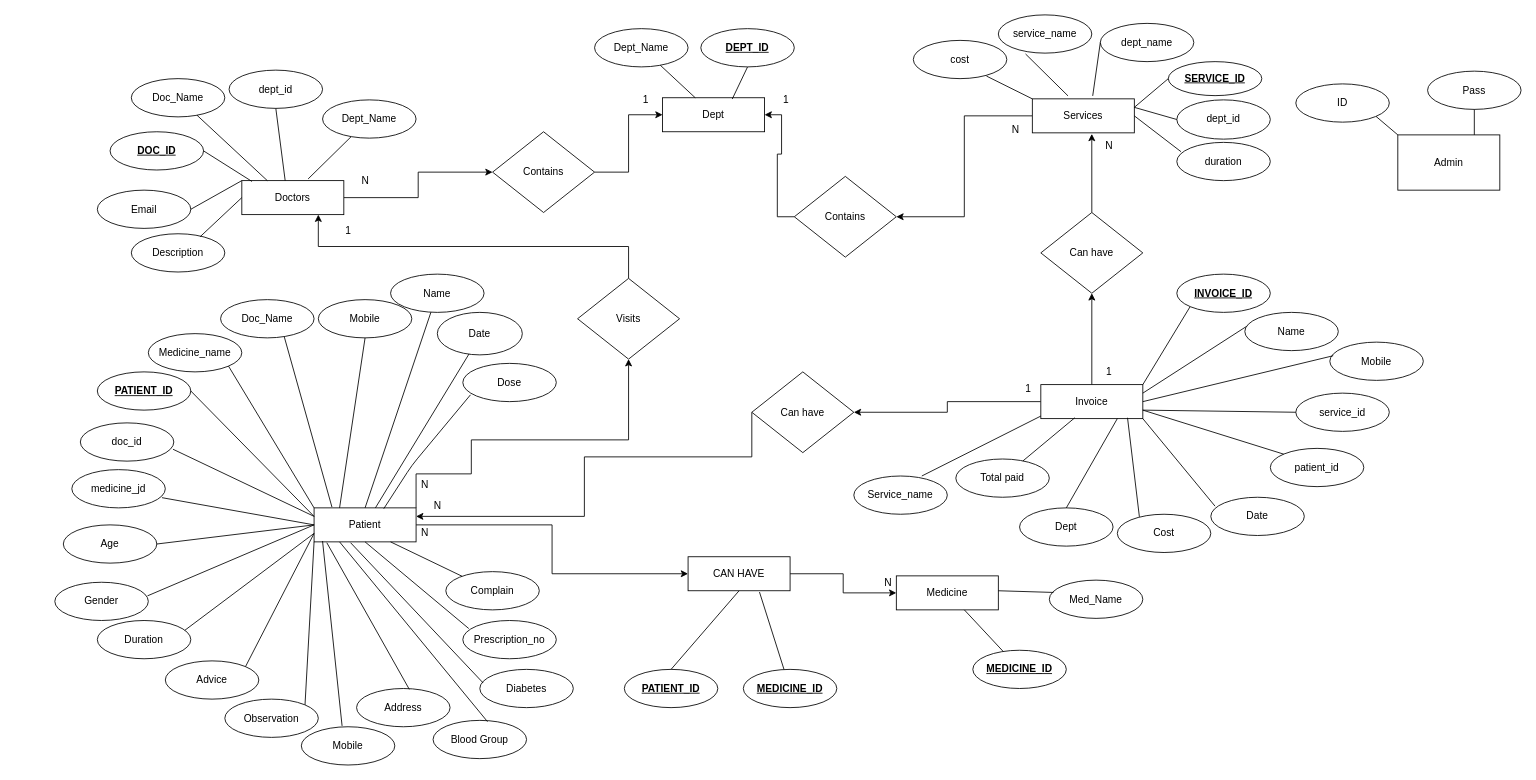
Above: clinic_management_ERD.drawio in RashikRahman/clinic_management (draw.io), before the change. Source tidied: cells renumbered, new cells numbered last; positions are measured from the earlier drawing's top-left corner, leaving out a move shared by most shapes. Both pictures are drawn from the tidied source at 85%, with x=0, y=0 at pixel (20, 14).
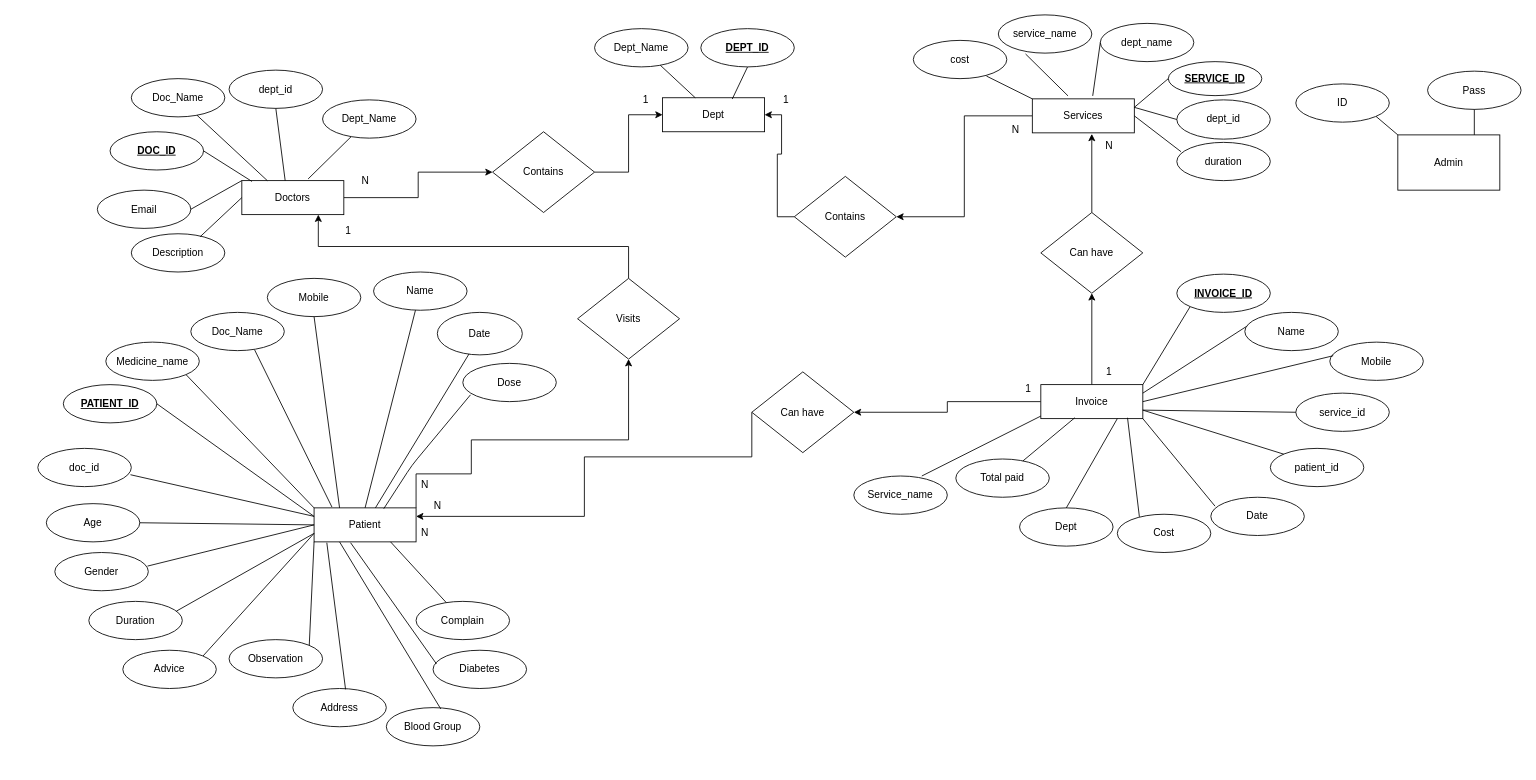
Above is the later version.

The change refers to these unchanged cells:
```xml
<mxCell id="23" value="Patient" style="rounded=0;whiteSpace=wrap;html=1;gradientColor=none;fontStyle=0;labelBackgroundColor=none;labelBorderColor=none;" parent="1" vertex="1">
  <mxGeometry x="345" y="580" width="120" height="40" as="geometry" />
</mxCell>
```

Diff of the diagram source:
```diff
@@
     <mxCell id="13" value="Mobile" style="ellipse;whiteSpace=wrap;html=1;labelBackgroundColor=none;gradientColor=none;fontStyle=0;" parent="1" vertex="1">
-      <mxGeometry x="350" y="335" width="110" height="45" as="geometry" />
+      <mxGeometry x="290" y="310" width="110" height="45" as="geometry" />
     </mxCell>
@@
-    <mxCell id="22" style="edgeStyle=orthogonalEdgeStyle;rounded=0;jettySize=auto;html=1;exitX=1;exitY=0.5;exitDx=0;exitDy=0;entryX=0;entryY=0.5;entryDx=0;entryDy=0;" parent="1" edge="1" source="23" target="91">
-      <mxGeometry relative="1" as="geometry" />
-    </mxCell>
@@
     <mxCell id="24" value="Age" style="ellipse;whiteSpace=wrap;html=1;labelBackgroundColor=none;gradientColor=none;" parent="1" vertex="1">
-      <mxGeometry x="50" y="600" width="110" height="45" as="geometry" />
+      <mxGeometry x="30" y="575" width="110" height="45" as="geometry" />
     </mxCell>
     <mxCell id="25" value="Gender" style="ellipse;whiteSpace=wrap;html=1;labelBackgroundColor=none;gradientColor=none;" parent="1" vertex="1">
-      <mxGeometry x="40" y="667.5" width="110" height="45" as="geometry" />
+      <mxGeometry x="40" y="632.5" width="110" height="45" as="geometry" />
     </mxCell>
-    <mxCell id="26" value="Mobile" style="ellipse;whiteSpace=wrap;html=1;labelBackgroundColor=none;gradientColor=none;" parent="1" vertex="1">
-      <mxGeometry x="330" y="837.5" width="110" height="45" as="geometry" />
-    </mxCell>
     <mxCell id="27" value="Address" style="ellipse;whiteSpace=wrap;html=1;labelBackgroundColor=none;gradientColor=none;" parent="1" vertex="1">
-      <mxGeometry x="395" y="792.5" width="110" height="45" as="geometry" />
+      <mxGeometry x="320" y="792.5" width="110" height="45" as="geometry" />
     </mxCell>
     <mxCell id="28" value="Medicine_name" style="ellipse;whiteSpace=wrap;html=1;labelBackgroundColor=none;gradientColor=none;" parent="1" vertex="1">
-      <mxGeometry x="150" y="375" width="110" height="45" as="geometry" />
+      <mxGeometry x="100" y="385" width="110" height="45" as="geometry" />
     </mxCell>
     <mxCell id="29" value="Doc_Name" style="ellipse;whiteSpace=wrap;html=1;labelBackgroundColor=none;gradientColor=none;" parent="1" vertex="1">
-      <mxGeometry x="235" y="335" width="110" height="45" as="geometry" />
+      <mxGeometry x="200" y="350" width="110" height="45" as="geometry" />
     </mxCell>
     <mxCell id="30" value="&lt;div style=&quot;text-align: left&quot;&gt;&lt;span&gt;&lt;span&gt;Name&lt;/span&gt;&lt;/span&gt;&lt;/div&gt;" style="ellipse;whiteSpace=wrap;html=1;labelBackgroundColor=none;gradientColor=none;fontStyle=0;" parent="1" vertex="1">
-      <mxGeometry x="435" y="305" width="110" height="45" as="geometry" />
+      <mxGeometry x="415" y="302.5" width="110" height="45" as="geometry" />
     </mxCell>
     <mxCell id="31" value="Duration" style="ellipse;whiteSpace=wrap;html=1;labelBackgroundColor=none;gradientColor=none;" parent="1" vertex="1">
-      <mxGeometry x="90" y="712.5" width="110" height="45" as="geometry" />
+      <mxGeometry x="80" y="690" width="110" height="45" as="geometry" />
     </mxCell>
     <mxCell id="32" value="Advice" style="ellipse;whiteSpace=wrap;html=1;labelBackgroundColor=none;gradientColor=none;" parent="1" vertex="1">
-      <mxGeometry x="170" y="760" width="110" height="45" as="geometry" />
+      <mxGeometry x="120" y="747.5" width="110" height="45" as="geometry" />
     </mxCell>
     <mxCell id="33" value="Diabetes" style="ellipse;whiteSpace=wrap;html=1;labelBackgroundColor=none;gradientColor=none;" parent="1" vertex="1">
-      <mxGeometry x="540" y="770" width="110" height="45" as="geometry" />
+      <mxGeometry x="485" y="747.5" width="110" height="45" as="geometry" />
     </mxCell>
     <mxCell id="34" value="Blood Group" style="ellipse;whiteSpace=wrap;html=1;labelBackgroundColor=none;gradientColor=none;" parent="1" vertex="1">
-      <mxGeometry x="485" y="830" width="110" height="45" as="geometry" />
+      <mxGeometry x="430" y="815" width="110" height="45" as="geometry" />
     </mxCell>
     <mxCell id="35" value="Observation" style="ellipse;whiteSpace=wrap;html=1;labelBackgroundColor=none;gradientColor=none;" parent="1" vertex="1">
-      <mxGeometry x="240" y="805" width="110" height="45" as="geometry" />
+      <mxGeometry x="245" y="735" width="110" height="45" as="geometry" />
     </mxCell>
-    <mxCell id="36" value="Prescription_no" style="ellipse;whiteSpace=wrap;html=1;labelBackgroundColor=none;gradientColor=none;" parent="1" vertex="1">
-      <mxGeometry x="520" y="712.5" width="110" height="45" as="geometry" />
-    </mxCell>
     <mxCell id="37" value="Complain" style="ellipse;whiteSpace=wrap;html=1;labelBackgroundColor=none;gradientColor=none;" parent="1" vertex="1">
-      <mxGeometry x="500" y="655" width="110" height="45" as="geometry" />
+      <mxGeometry x="465" y="690" width="110" height="45" as="geometry" />
     </mxCell>
@@
-    <mxCell id="50" value="Medicine" style="rounded=0;whiteSpace=wrap;html=1;gradientColor=none;fontStyle=0;labelBackgroundColor=none;labelBorderColor=none;" parent="1" vertex="1">
-      <mxGeometry x="1030" y="660" width="120" height="40" as="geometry" />
-    </mxCell>
-    <mxCell id="51" value="Med_Name" style="ellipse;whiteSpace=wrap;html=1;labelBackgroundColor=none;gradientColor=none;" parent="1" vertex="1">
-      <mxGeometry x="1210" y="665" width="110" height="45" as="geometry" />
-    </mxCell>
@@
-    <mxCell id="59" style="endArrow=none;html=1;entryX=0.045;entryY=0.322;entryDx=0;entryDy=0;entryPerimeter=0;exitX=1;exitY=0;exitDx=0;exitDy=0;" parent="1" edge="1" target="51">
-      <mxGeometry relative="1" as="geometry">
-        <mxPoint x="1150" y="677.5" as="sourcePoint" />
-      </mxGeometry>
-    </mxCell>
@@
-    <mxCell id="90" style="edgeStyle=orthogonalEdgeStyle;rounded=0;jettySize=auto;html=1;exitX=1;exitY=0.5;exitDx=0;exitDy=0;entryX=0;entryY=0.5;entryDx=0;entryDy=0;" parent="1" edge="1" source="91" target="50">
-      <mxGeometry relative="1" as="geometry" />
-    </mxCell>
-    <mxCell id="91" value="CAN HAVE" style="rounded=0;whiteSpace=wrap;html=1;gradientColor=none;fontStyle=0;labelBackgroundColor=none;labelBorderColor=none;" parent="1" vertex="1">
-      <mxGeometry x="785" y="637.5" width="120" height="40" as="geometry" />
-    </mxCell>
-    <mxCell id="92" style="endArrow=none;html=1;exitX=0.7;exitY=1.038;exitDx=0;exitDy=0;exitPerimeter=0;" parent="1" edge="1" source="91" target="122">
-      <mxGeometry relative="1" as="geometry" />
-    </mxCell>
-    <mxCell id="93" style="endArrow=none;html=1;exitX=0.5;exitY=1;exitDx=0;exitDy=0;entryX=0.5;entryY=0;entryDx=0;entryDy=0;" parent="1" edge="1" source="91" target="123">
-      <mxGeometry relative="1" as="geometry" />
-    </mxCell>
@@
-    <mxCell id="95" value="N" style="text;html=1;align=center;verticalAlign=middle;" parent="1" vertex="1">
-      <mxGeometry x="1010" y="657.5" width="20" height="20" as="geometry" />
-    </mxCell>
@@
-    <mxCell id="108" style="endArrow=none;html=1;entryX=0.436;entryY=-0.022;entryDx=0;entryDy=0;exitX=0.083;exitY=0.975;exitDx=0;exitDy=0;entryPerimeter=0;exitPerimeter=0;" parent="1" edge="1" source="23" target="26">
-      <mxGeometry relative="1" as="geometry" />
-    </mxCell>
@@
-    <mxCell id="112" style="endArrow=none;html=1;entryX=0.064;entryY=0.211;entryDx=0;entryDy=0;exitX=0.5;exitY=1;exitDx=0;exitDy=0;entryPerimeter=0;" parent="1" edge="1" source="23" target="36">
-      <mxGeometry relative="1" as="geometry" />
-    </mxCell>
@@
     <mxCell id="114" value="PATIENT_ID" style="ellipse;whiteSpace=wrap;html=1;labelBackgroundColor=none;gradientColor=none;fontStyle=5;" parent="1" vertex="1">
-      <mxGeometry x="90" y="420" width="110" height="45" as="geometry" />
+      <mxGeometry x="50" y="435" width="110" height="45" as="geometry" />
     </mxCell>
@@
-    <mxCell id="120" value="MEDICINE_ID" style="ellipse;whiteSpace=wrap;html=1;labelBackgroundColor=none;gradientColor=none;fontStyle=5;" parent="1" vertex="1">
-      <mxGeometry x="1120" y="747.5" width="110" height="45" as="geometry" />
-    </mxCell>
-    <mxCell id="121" style="endArrow=none;html=1;exitX=0.667;exitY=1;exitDx=0;exitDy=0;exitPerimeter=0;" parent="1" edge="1" source="50" target="120">
-      <mxGeometry relative="1" as="geometry" />
-    </mxCell>
-    <mxCell id="122" value="MEDICINE_ID" style="ellipse;whiteSpace=wrap;html=1;labelBackgroundColor=none;gradientColor=none;fontStyle=5;" parent="1" vertex="1">
-      <mxGeometry x="850" y="770" width="110" height="45" as="geometry" />
-    </mxCell>
-    <mxCell id="123" value="PATIENT_ID" style="ellipse;whiteSpace=wrap;html=1;labelBackgroundColor=none;gradientColor=none;fontStyle=5;" parent="1" vertex="1">
-      <mxGeometry x="710" y="770" width="110" height="45" as="geometry" />
-    </mxCell>
@@
-    <mxCell id="128" value="medicine_jd" style="ellipse;whiteSpace=wrap;html=1;labelBackgroundColor=none;gradientColor=none;" parent="1" vertex="1">
-      <mxGeometry x="60" y="535" width="110" height="45" as="geometry" />
-    </mxCell>
     <mxCell id="129" value="doc_id" style="ellipse;whiteSpace=wrap;html=1;labelBackgroundColor=none;gradientColor=none;" parent="1" vertex="1">
-      <mxGeometry x="70" y="480" width="110" height="45" as="geometry" />
+      <mxGeometry x="20" y="510" width="110" height="45" as="geometry" />
     </mxCell>
-    <mxCell id="130" style="endArrow=none;html=1;entryX=0.964;entryY=0.733;entryDx=0;entryDy=0;entryPerimeter=0;exitX=0;exitY=0.5;exitDx=0;exitDy=0;" parent="1" edge="1" source="23" target="128">
-      <mxGeometry relative="1" as="geometry" />
-    </mxCell>
```
